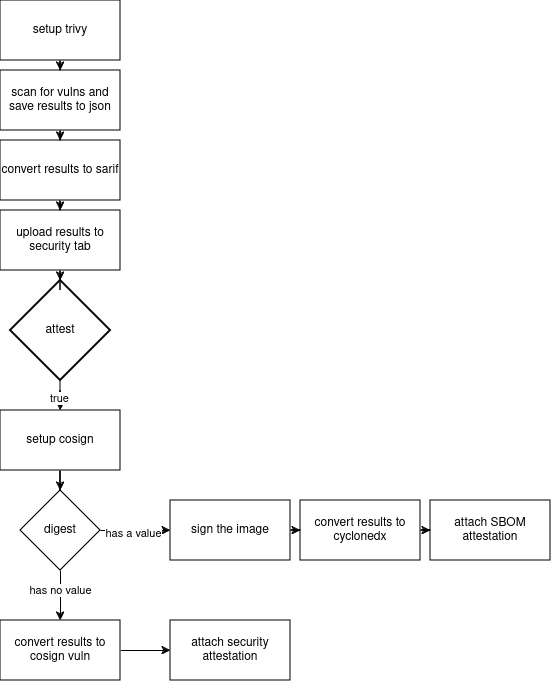
Before: docs/workflow.png, a diagram exported from draw.io (adfinis/container-scanning-action). Source tidied: cells renumbered, new cells last; positions are measured from the earlier drawing's top-left corner, leaving out a move shared by most shapes. Source of this version:
```xml
<mxGraphModel>
  <root>
    <mxCell id="0" />
    <mxCell id="1" parent="0" />
    <mxCell id="2" style="edgeStyle=orthogonalEdgeStyle;rounded=0;jettySize=auto;html=1;entryX=0.5;entryY=0;entryDx=0;entryDy=0;" parent="1" edge="1" source="3" target="10">
      <mxGeometry relative="1" as="geometry" />
    </mxCell>
    <mxCell id="3" value="setup trivy" style="rounded=0;whiteSpace=wrap;html=1;" parent="1" vertex="1">
      <mxGeometry width="120" height="60" as="geometry" />
    </mxCell>
    <mxCell id="4" style="edgeStyle=orthogonalEdgeStyle;rounded=0;jettySize=auto;html=1;entryX=0.5;entryY=0;entryDx=0;entryDy=0;" parent="1" edge="1" source="6" target="8">
      <mxGeometry relative="1" as="geometry" />
    </mxCell>
    <mxCell id="5" value="true" style="edgeLabel;html=1;align=center;verticalAlign=middle;" parent="4" vertex="1">
      <mxGeometry x="-0.33" y="-2" relative="1" as="geometry" />
    </mxCell>
    <mxCell id="6" value="attest" style="strokeWidth=2;html=1;shape=mxgraph.flowchart.decision;whiteSpace=wrap;" parent="1" vertex="1">
      <mxGeometry x="10" y="280" width="100" height="100" as="geometry" />
    </mxCell>
    <mxCell id="7" style="edgeStyle=orthogonalEdgeStyle;rounded=0;jettySize=auto;html=1;" parent="1" edge="1" source="8" target="19">
      <mxGeometry relative="1" as="geometry" />
    </mxCell>
    <mxCell id="8" value="setup cosign" style="rounded=0;whiteSpace=wrap;html=1;" parent="1" vertex="1">
      <mxGeometry y="410" width="120" height="60" as="geometry" />
    </mxCell>
    <mxCell id="9" style="edgeStyle=orthogonalEdgeStyle;rounded=0;jettySize=auto;html=1;" parent="1" edge="1" source="10" target="12">
      <mxGeometry relative="1" as="geometry" />
    </mxCell>
    <mxCell id="10" value="scan for vulns and save results to json" style="rounded=0;whiteSpace=wrap;html=1;" parent="1" vertex="1">
      <mxGeometry y="70" width="120" height="60" as="geometry" />
    </mxCell>
    <mxCell id="11" style="edgeStyle=orthogonalEdgeStyle;rounded=0;jettySize=auto;html=1;" parent="1" edge="1" source="12" target="14">
      <mxGeometry relative="1" as="geometry" />
    </mxCell>
    <mxCell id="12" value="&lt;div&gt;convert results to sarif&lt;/div&gt;" style="whiteSpace=wrap;html=1;" parent="1" vertex="1">
      <mxGeometry y="140" width="120" height="60" as="geometry" />
    </mxCell>
    <mxCell id="13" style="edgeStyle=orthogonalEdgeStyle;rounded=0;jettySize=auto;html=1;" parent="1" edge="1" source="14" target="6">
      <mxGeometry relative="1" as="geometry" />
    </mxCell>
    <mxCell id="14" value="&lt;div&gt;upload results to security tab&lt;/div&gt;" style="rounded=0;whiteSpace=wrap;html=1;" parent="1" vertex="1">
      <mxGeometry y="210" width="120" height="60" as="geometry" />
    </mxCell>
    <mxCell id="15" style="edgeStyle=orthogonalEdgeStyle;rounded=0;jettySize=auto;html=1;" parent="1" edge="1" source="19" target="21">
      <mxGeometry relative="1" as="geometry" />
    </mxCell>
    <mxCell id="16" value="has a value" style="edgeLabel;html=1;align=center;verticalAlign=middle;" parent="15" vertex="1">
      <mxGeometry x="-0.1" y="-2" relative="1" as="geometry" />
    </mxCell>
    <mxCell id="17" style="edgeStyle=orthogonalEdgeStyle;rounded=0;jettySize=auto;html=1;" parent="1" edge="1" source="19" target="26">
      <mxGeometry relative="1" as="geometry" />
    </mxCell>
    <mxCell id="18" value="has no value" style="edgeLabel;html=1;align=center;verticalAlign=middle;" parent="17" vertex="1">
      <mxGeometry x="-0.25" y="-1" relative="1" as="geometry" />
    </mxCell>
    <mxCell id="19" value="digest" style="rhombus;whiteSpace=wrap;html=1;rounded=0;" parent="1" vertex="1">
      <mxGeometry x="20" y="490" width="80" height="80" as="geometry" />
    </mxCell>
    <mxCell id="20" style="edgeStyle=orthogonalEdgeStyle;rounded=0;jettySize=auto;html=1;" parent="1" edge="1" source="21" target="23">
      <mxGeometry relative="1" as="geometry" />
    </mxCell>
    <mxCell id="21" value="sign the image" style="whiteSpace=wrap;html=1;rounded=0;" parent="1" vertex="1">
      <mxGeometry x="170" y="500" width="120" height="60" as="geometry" />
    </mxCell>
    <mxCell id="22" style="edgeStyle=orthogonalEdgeStyle;rounded=0;jettySize=auto;html=1;" parent="1" edge="1" source="23" target="24">
      <mxGeometry relative="1" as="geometry" />
    </mxCell>
    <mxCell id="23" value="convert results to cyclonedx" style="whiteSpace=wrap;html=1;rounded=0;" parent="1" vertex="1">
      <mxGeometry x="300" y="500" width="120" height="60" as="geometry" />
    </mxCell>
    <mxCell id="24" value="attach SBOM attestation" style="whiteSpace=wrap;html=1;rounded=0;" parent="1" vertex="1">
      <mxGeometry x="430" y="500" width="120" height="60" as="geometry" />
    </mxCell>
    <mxCell id="25" style="edgeStyle=orthogonalEdgeStyle;rounded=0;jettySize=auto;html=1;" parent="1" edge="1" source="26" target="27">
      <mxGeometry relative="1" as="geometry" />
    </mxCell>
    <mxCell id="26" value="convert results to cosign vuln" style="whiteSpace=wrap;html=1;rounded=0;" parent="1" vertex="1">
      <mxGeometry y="620" width="120" height="60" as="geometry" />
    </mxCell>
    <mxCell id="27" value="attach security attestation" style="whiteSpace=wrap;html=1;rounded=0;" parent="1" vertex="1">
      <mxGeometry x="170" y="620" width="120" height="60" as="geometry" />
    </mxCell>
  </root>
</mxGraphModel>
```
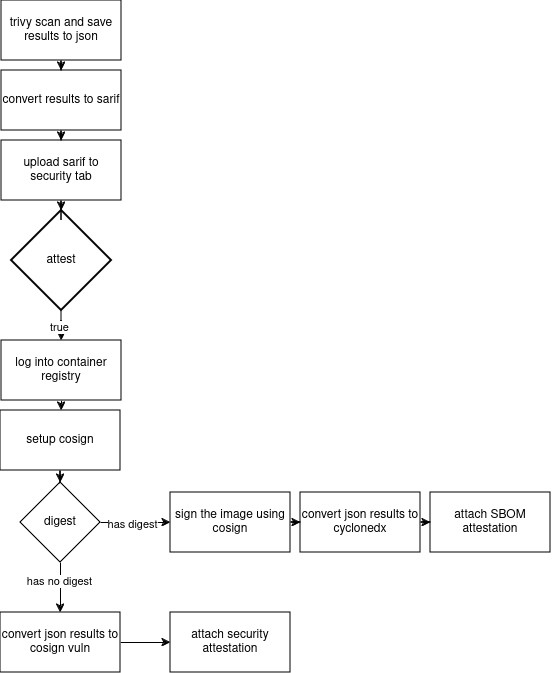
Later version of the same file.

The edit, as a diff of the source:
```diff
@@ -2,55 +2,49 @@
   <root>
     <mxCell id="0" />
     <mxCell id="1" parent="0" />
-    <mxCell id="2" style="edgeStyle=orthogonalEdgeStyle;rounded=0;jettySize=auto;html=1;entryX=0.5;entryY=0;entryDx=0;entryDy=0;" parent="1" edge="1" source="3" target="10">
-      <mxGeometry relative="1" as="geometry" />
-    </mxCell>
-    <mxCell id="3" value="setup trivy" style="rounded=0;whiteSpace=wrap;html=1;" parent="1" vertex="1">
-      <mxGeometry width="120" height="60" as="geometry" />
-    </mxCell>
-    <mxCell id="4" style="edgeStyle=orthogonalEdgeStyle;rounded=0;jettySize=auto;html=1;entryX=0.5;entryY=0;entryDx=0;entryDy=0;" parent="1" edge="1" source="6" target="8">
+    <mxCell id="4" style="edgeStyle=orthogonalEdgeStyle;rounded=0;jettySize=auto;html=1;entryX=0.5;entryY=0;entryDx=0;entryDy=0;" parent="1" edge="1" source="6" target="29">
       <mxGeometry relative="1" as="geometry" />
     </mxCell>
     <mxCell id="5" value="true" style="edgeLabel;html=1;align=center;verticalAlign=middle;" parent="4" vertex="1">
       <mxGeometry x="-0.33" y="-2" relative="1" as="geometry" />
     </mxCell>
     <mxCell id="6" value="attest" style="strokeWidth=2;html=1;shape=mxgraph.flowchart.decision;whiteSpace=wrap;" parent="1" vertex="1">
-      <mxGeometry x="10" y="280" width="100" height="100" as="geometry" />
+      <mxGeometry x="11" y="218" width="100" height="100" as="geometry" />
     </mxCell>
     <mxCell id="7" style="edgeStyle=orthogonalEdgeStyle;rounded=0;jettySize=auto;html=1;" parent="1" edge="1" source="8" target="19">
       <mxGeometry relative="1" as="geometry" />
     </mxCell>
     <mxCell id="8" value="setup cosign" style="rounded=0;whiteSpace=wrap;html=1;" parent="1" vertex="1">
-      <mxGeometry y="410" width="120" height="60" as="geometry" />
+      <mxGeometry y="418" width="120" height="60" as="geometry" />
     </mxCell>
     <mxCell id="9" style="edgeStyle=orthogonalEdgeStyle;rounded=0;jettySize=auto;html=1;" parent="1" edge="1" source="10" target="12">
       <mxGeometry relative="1" as="geometry" />
     </mxCell>
-    <mxCell id="10" value="scan for vulns and save results to json" style="rounded=0;whiteSpace=wrap;html=1;" parent="1" vertex="1">
-      <mxGeometry y="70" width="120" height="60" as="geometry" />
+    <mxCell id="10" value="trivy scan and save results to json" style="rounded=0;whiteSpace=wrap;html=1;" parent="1" vertex="1">
+      <mxGeometry x="1" y="8" width="120" height="60" as="geometry" />
     </mxCell>
     <mxCell id="11" style="edgeStyle=orthogonalEdgeStyle;rounded=0;jettySize=auto;html=1;" parent="1" edge="1" source="12" target="14">
       <mxGeometry relative="1" as="geometry" />
     </mxCell>
     <mxCell id="12" value="&lt;div&gt;convert results to sarif&lt;/div&gt;" style="whiteSpace=wrap;html=1;" parent="1" vertex="1">
-      <mxGeometry y="140" width="120" height="60" as="geometry" />
+      <mxGeometry x="1" y="78" width="120" height="60" as="geometry" />
     </mxCell>
     <mxCell id="13" style="edgeStyle=orthogonalEdgeStyle;rounded=0;jettySize=auto;html=1;" parent="1" edge="1" source="14" target="6">
       <mxGeometry relative="1" as="geometry" />
     </mxCell>
-    <mxCell id="14" value="&lt;div&gt;upload results to security tab&lt;/div&gt;" style="rounded=0;whiteSpace=wrap;html=1;" parent="1" vertex="1">
-      <mxGeometry y="210" width="120" height="60" as="geometry" />
+    <mxCell id="14" value="&lt;div&gt;upload sarif to security tab&lt;/div&gt;" style="rounded=0;whiteSpace=wrap;html=1;" parent="1" vertex="1">
+      <mxGeometry x="1" y="148" width="120" height="60" as="geometry" />
     </mxCell>
     <mxCell id="15" style="edgeStyle=orthogonalEdgeStyle;rounded=0;jettySize=auto;html=1;" parent="1" edge="1" source="19" target="21">
       <mxGeometry relative="1" as="geometry" />
     </mxCell>
-    <mxCell id="16" value="has a value" style="edgeLabel;html=1;align=center;verticalAlign=middle;" parent="15" vertex="1">
+    <mxCell id="16" value="&lt;div&gt;has digest&lt;/div&gt;" style="edgeLabel;html=1;align=center;verticalAlign=middle;" parent="15" vertex="1">
       <mxGeometry x="-0.1" y="-2" relative="1" as="geometry" />
     </mxCell>
     <mxCell id="17" style="edgeStyle=orthogonalEdgeStyle;rounded=0;jettySize=auto;html=1;" parent="1" edge="1" source="19" target="26">
       <mxGeometry relative="1" as="geometry" />
     </mxCell>
-    <mxCell id="18" value="has no value" style="edgeLabel;html=1;align=center;verticalAlign=middle;" parent="17" vertex="1">
+    <mxCell id="18" value="has no digest" style="edgeLabel;html=1;align=center;verticalAlign=middle;" parent="17" vertex="1">
       <mxGeometry x="-0.25" y="-1" relative="1" as="geometry" />
     </mxCell>
     <mxCell id="19" value="digest" style="rhombus;whiteSpace=wrap;html=1;rounded=0;" parent="1" vertex="1">
@@ -59,13 +53,13 @@
     <mxCell id="20" style="edgeStyle=orthogonalEdgeStyle;rounded=0;jettySize=auto;html=1;" parent="1" edge="1" source="21" target="23">
       <mxGeometry relative="1" as="geometry" />
     </mxCell>
-    <mxCell id="21" value="sign the image" style="whiteSpace=wrap;html=1;rounded=0;" parent="1" vertex="1">
+    <mxCell id="21" value="sign the image using cosign" style="whiteSpace=wrap;html=1;rounded=0;" parent="1" vertex="1">
       <mxGeometry x="170" y="500" width="120" height="60" as="geometry" />
     </mxCell>
     <mxCell id="22" style="edgeStyle=orthogonalEdgeStyle;rounded=0;jettySize=auto;html=1;" parent="1" edge="1" source="23" target="24">
       <mxGeometry relative="1" as="geometry" />
     </mxCell>
-    <mxCell id="23" value="convert results to cyclonedx" style="whiteSpace=wrap;html=1;rounded=0;" parent="1" vertex="1">
+    <mxCell id="23" value="convert json results to cyclonedx" style="whiteSpace=wrap;html=1;rounded=0;" parent="1" vertex="1">
       <mxGeometry x="300" y="500" width="120" height="60" as="geometry" />
     </mxCell>
     <mxCell id="24" value="attach SBOM attestation" style="whiteSpace=wrap;html=1;rounded=0;" parent="1" vertex="1">
@@ -74,11 +68,22 @@
     <mxCell id="25" style="edgeStyle=orthogonalEdgeStyle;rounded=0;jettySize=auto;html=1;" parent="1" edge="1" source="26" target="27">
       <mxGeometry relative="1" as="geometry" />
     </mxCell>
-    <mxCell id="26" value="convert results to cosign vuln" style="whiteSpace=wrap;html=1;rounded=0;" parent="1" vertex="1">
+    <mxCell id="26" value="convert json results to cosign vuln" style="whiteSpace=wrap;html=1;rounded=0;" parent="1" vertex="1">
       <mxGeometry y="620" width="120" height="60" as="geometry" />
     </mxCell>
     <mxCell id="27" value="attach security attestation" style="whiteSpace=wrap;html=1;rounded=0;" parent="1" vertex="1">
       <mxGeometry x="170" y="620" width="120" height="60" as="geometry" />
     </mxCell>
+    <mxCell id="28" style="edgeStyle=orthogonalEdgeStyle;rounded=0;jettySize=auto;html=1;" parent="1" edge="1" source="29" target="8">
+      <mxGeometry relative="1" as="geometry">
+        <Array as="points">
+          <mxPoint x="60" y="428" />
+          <mxPoint x="60" y="428" />
+        </Array>
+      </mxGeometry>
+    </mxCell>
+    <mxCell id="29" value="log into container registry" style="rounded=0;whiteSpace=wrap;html=1;" parent="1" vertex="1">
+      <mxGeometry x="1" y="348" width="120" height="60" as="geometry" />
+    </mxCell>
   </root>
 </mxGraphModel>
```
